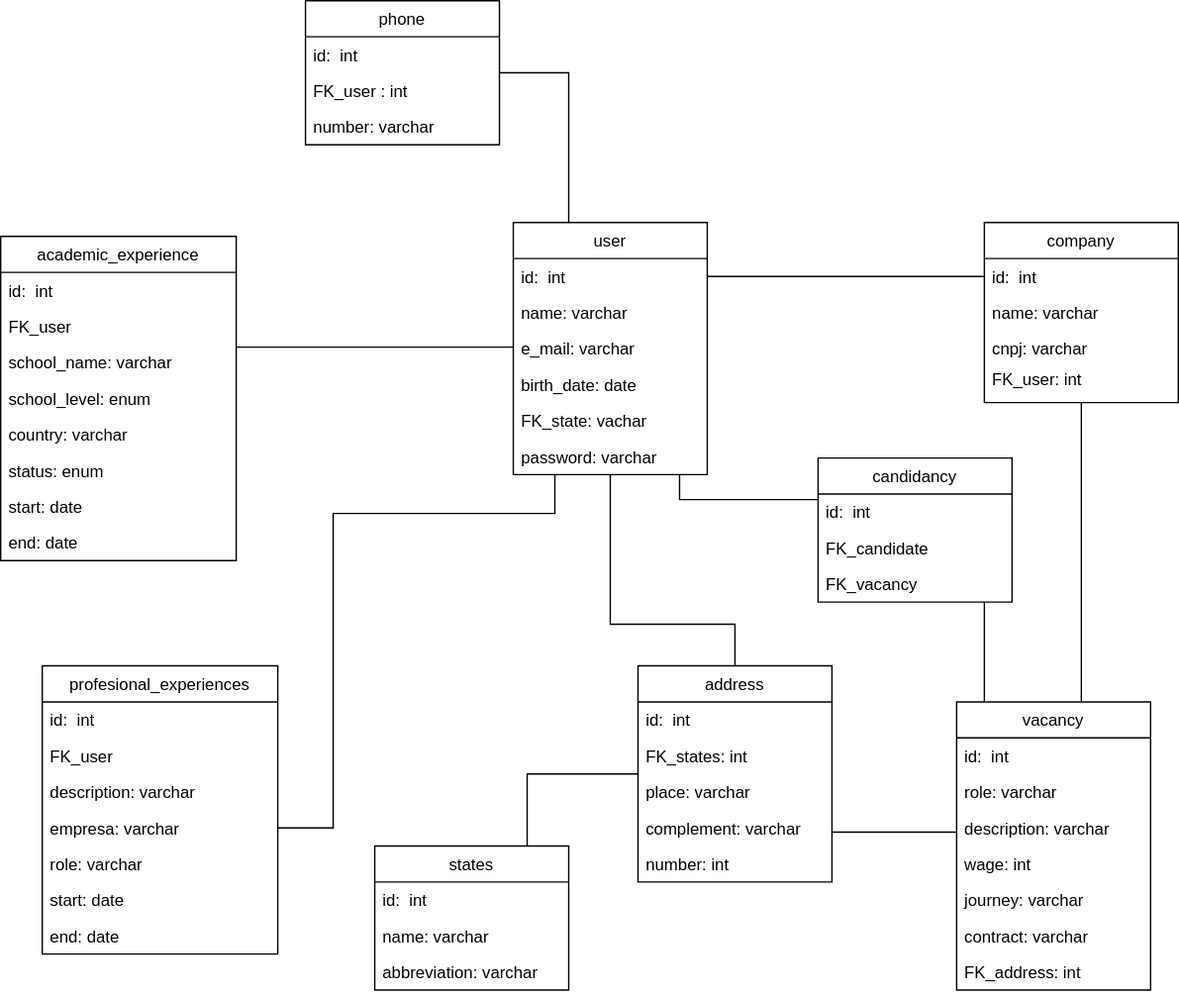
Earlier version of the draw.io export vagas/diagramas/entidades.svg (jonnathas/estudo). Source tidied: cells renumbered, new cells last; positions are measured from the earlier drawing's top-left corner, leaving out a move shared by most shapes.
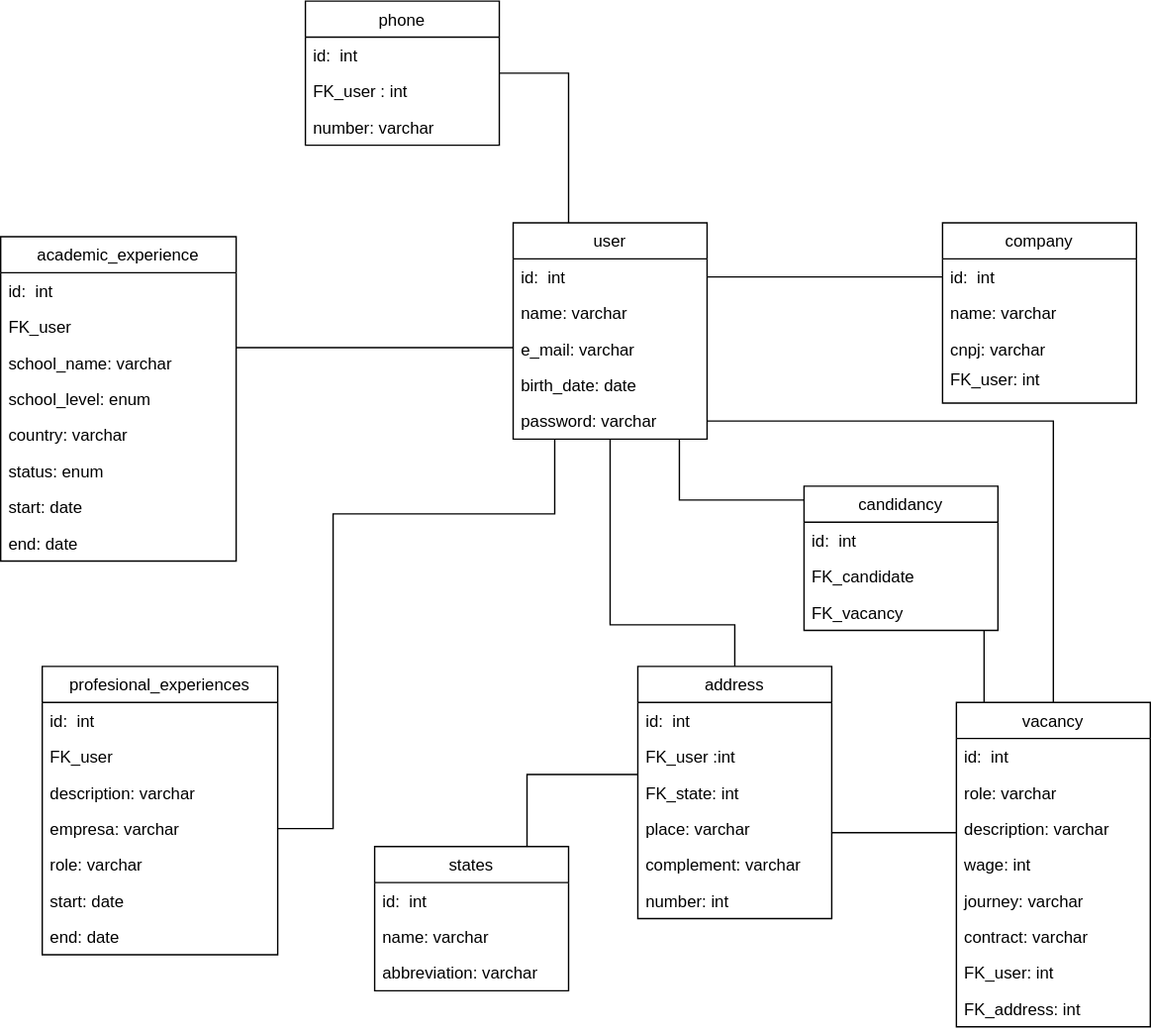
The same file after the commit.

Commit message:
Corrigindo erros

The edit, as a diff of the source:
```diff
@@ -18,7 +18,7 @@
       </mxGeometry>
     </mxCell>
     <mxCell id="4" value="user" style="swimlane;fontStyle=0;horizontal=1;startSize=26;fillColor=none;" parent="1" vertex="1">
-      <mxGeometry x="370" y="160" width="140" height="182" as="geometry" />
+      <mxGeometry x="370" y="160" width="140" height="156" as="geometry" />
     </mxCell>
     <mxCell id="5" value="id:  int" style="text;strokeColor=none;fillColor=none;align=left;verticalAlign=top;spacingLeft=4;spacingRight=4;overflow=hidden;points=[[0,0.5],[1,0.5]];portConstraint=eastwest;" parent="4" vertex="1">
       <mxGeometry y="26" width="140" height="26" as="geometry" />
@@ -32,22 +32,11 @@
     <mxCell id="8" value="birth_date: date" style="text;strokeColor=none;fillColor=none;align=left;verticalAlign=top;spacingLeft=4;spacingRight=4;overflow=hidden;" parent="4" vertex="1">
       <mxGeometry y="104" width="140" height="26" as="geometry" />
     </mxCell>
-    <mxCell id="9" value="FK_state: vachar" style="text;strokeColor=none;fillColor=none;align=left;verticalAlign=top;spacingLeft=4;spacingRight=4;overflow=hidden;" parent="4" vertex="1">
-      <mxGeometry y="130" width="140" height="26" as="geometry" />
-    </mxCell>
     <mxCell id="10" value="password: varchar" style="text;strokeColor=none;fillColor=none;align=left;verticalAlign=top;spacingLeft=4;spacingRight=4;overflow=hidden;points=[[0,0.5],[1,0.5]];portConstraint=eastwest;" parent="4" vertex="1">
-      <mxGeometry y="156" width="140" height="26" as="geometry" />
+      <mxGeometry y="130" width="140" height="26" as="geometry" />
     </mxCell>
-    <mxCell id="11" style="edgeStyle=orthogonalEdgeStyle;rounded=0;jettySize=auto;html=1;endArrow=none;endFill=0;" parent="1" edge="1" source="12" target="27">
-      <mxGeometry relative="1" as="geometry">
-        <Array as="points">
-          <mxPoint x="780" y="420" />
-          <mxPoint x="780" y="420" />
-        </Array>
-      </mxGeometry>
-    </mxCell>
     <mxCell id="12" value="company" style="swimlane;fontStyle=0;horizontal=1;startSize=26;fillColor=none;" parent="1" vertex="1">
-      <mxGeometry x="710" y="160" width="140" height="130" as="geometry" />
+      <mxGeometry x="680" y="160" width="140" height="130" as="geometry" />
     </mxCell>
     <mxCell id="13" value="id:  int" style="text;strokeColor=none;fillColor=none;align=left;verticalAlign=top;spacingLeft=4;spacingRight=4;overflow=hidden;points=[[0,0.5],[1,0.5]];portConstraint=eastwest;" parent="12" vertex="1">
       <mxGeometry y="26" width="140" height="26" as="geometry" />
@@ -81,22 +70,25 @@
       </mxGeometry>
     </mxCell>
     <mxCell id="20" value="address" style="swimlane;fontStyle=0;horizontal=1;startSize=26;fillColor=none;" parent="1" vertex="1">
-      <mxGeometry x="460" y="480" width="140" height="156" as="geometry" />
+      <mxGeometry x="460" y="480" width="140" height="182" as="geometry" />
     </mxCell>
     <mxCell id="21" value="id:  int" style="text;strokeColor=none;fillColor=none;align=left;verticalAlign=top;spacingLeft=4;spacingRight=4;overflow=hidden;" parent="20" vertex="1">
       <mxGeometry y="26" width="140" height="26" as="geometry" />
     </mxCell>
+    <mxCell id="9" value="FK_user :int" style="text;strokeColor=none;fillColor=none;align=left;verticalAlign=top;spacingLeft=4;spacingRight=4;overflow=hidden;" parent="20" vertex="1">
+      <mxGeometry y="52" width="140" height="26" as="geometry" />
+    </mxCell>
-    <mxCell id="22" value="FK_states: int" style="text;strokeColor=none;fillColor=none;align=left;verticalAlign=top;spacingLeft=4;spacingRight=4;overflow=hidden;" parent="20" vertex="1">
-      <mxGeometry y="52" width="140" height="26" as="geometry" />
+    <mxCell id="22" value="FK_state: int" style="text;strokeColor=none;fillColor=none;align=left;verticalAlign=top;spacingLeft=4;spacingRight=4;overflow=hidden;" parent="20" vertex="1">
+      <mxGeometry y="78" width="140" height="26" as="geometry" />
     </mxCell>
     <mxCell id="23" value="place: varchar" style="text;strokeColor=none;fillColor=none;align=left;verticalAlign=top;spacingLeft=4;spacingRight=4;overflow=hidden;" parent="20" vertex="1">
-      <mxGeometry y="78" width="140" height="26" as="geometry" />
+      <mxGeometry y="104" width="140" height="26" as="geometry" />
     </mxCell>
     <mxCell id="24" value="complement: varchar" style="text;strokeColor=none;fillColor=none;align=left;verticalAlign=top;spacingLeft=4;spacingRight=4;overflow=hidden;" parent="20" vertex="1">
-      <mxGeometry y="104" width="140" height="26" as="geometry" />
+      <mxGeometry y="130" width="140" height="26" as="geometry" />
     </mxCell>
     <mxCell id="25" value="number: int" style="text;strokeColor=none;fillColor=none;align=left;verticalAlign=top;spacingLeft=4;spacingRight=4;overflow=hidden;" parent="20" vertex="1">
-      <mxGeometry y="130" width="140" height="26" as="geometry" />
+      <mxGeometry y="156" width="140" height="26" as="geometry" />
     </mxCell>
     <mxCell id="26" style="edgeStyle=orthogonalEdgeStyle;rounded=0;jettySize=auto;html=1;endArrow=none;endFill=0;" parent="1" edge="1" source="27" target="35">
       <mxGeometry relative="1" as="geometry">
@@ -106,8 +98,11 @@
         </Array>
       </mxGeometry>
     </mxCell>
+    <mxCell id="67" style="edgeStyle=orthogonalEdgeStyle;rounded=0;jettySize=auto;html=1;endArrow=none;endFill=0;" parent="1" edge="1" source="27" target="10">
+      <mxGeometry relative="1" as="geometry" />
+    </mxCell>
     <mxCell id="27" value="vacancy" style="swimlane;fontStyle=0;horizontal=1;startSize=26;fillColor=none;" parent="1" vertex="1">
-      <mxGeometry x="690" y="506" width="140" height="208" as="geometry" />
+      <mxGeometry x="690" y="506" width="140" height="234" as="geometry" />
     </mxCell>
     <mxCell id="28" value="id:  int" style="text;strokeColor=none;fillColor=none;align=left;verticalAlign=top;spacingLeft=4;spacingRight=4;overflow=hidden;" parent="27" vertex="1">
       <mxGeometry y="26" width="140" height="26" as="geometry" />
@@ -127,11 +122,14 @@
     <mxCell id="33" value="contract: varchar" style="text;strokeColor=none;fillColor=none;align=left;verticalAlign=top;spacingLeft=4;spacingRight=4;overflow=hidden;" parent="27" vertex="1">
       <mxGeometry y="156" width="140" height="26" as="geometry" />
     </mxCell>
+    <mxCell id="68" value="FK_user: int" style="text;strokeColor=none;fillColor=none;align=left;verticalAlign=top;spacingLeft=4;spacingRight=4;overflow=hidden;" parent="27" vertex="1">
+      <mxGeometry y="182" width="140" height="26" as="geometry" />
+    </mxCell>
     <mxCell id="34" value="FK_address: int" style="text;strokeColor=none;fillColor=none;align=left;verticalAlign=top;spacingLeft=4;spacingRight=4;overflow=hidden;" parent="27" vertex="1">
-      <mxGeometry y="182" width="140" height="26" as="geometry" />
+      <mxGeometry y="208" width="140" height="26" as="geometry" />
     </mxCell>
     <mxCell id="35" value="candidancy" style="swimlane;fontStyle=0;horizontal=1;startSize=26;fillColor=none;" parent="1" vertex="1">
-      <mxGeometry x="590" y="330" width="140" height="104" as="geometry" />
+      <mxGeometry x="580" y="350" width="140" height="104" as="geometry" />
     </mxCell>
     <mxCell id="36" value="id:  int" style="text;strokeColor=none;fillColor=none;align=left;verticalAlign=top;spacingLeft=4;spacingRight=4;overflow=hidden;" parent="35" vertex="1">
       <mxGeometry y="26" width="140" height="26" as="geometry" />
```
